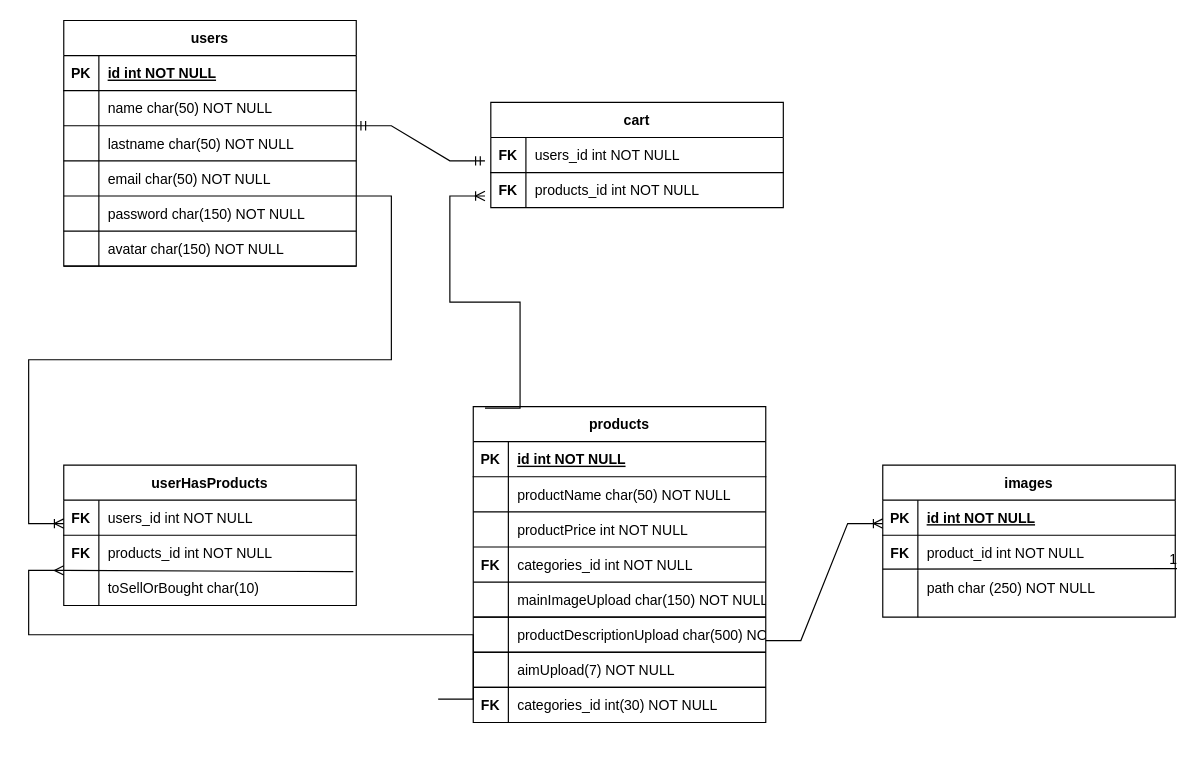
The draw.io diagram design/Untitled Diagram.drawio in sacifuentespa/grupo_8_ECommerce, before the edit. Source tidied: cells renumbered, new cells numbered last; positions are measured from the earlier drawing's top-left corner, leaving out a move shared by most shapes. Both pictures are drawn from the tidied source at 117%, with x=0, y=0 at pixel (63, 20).
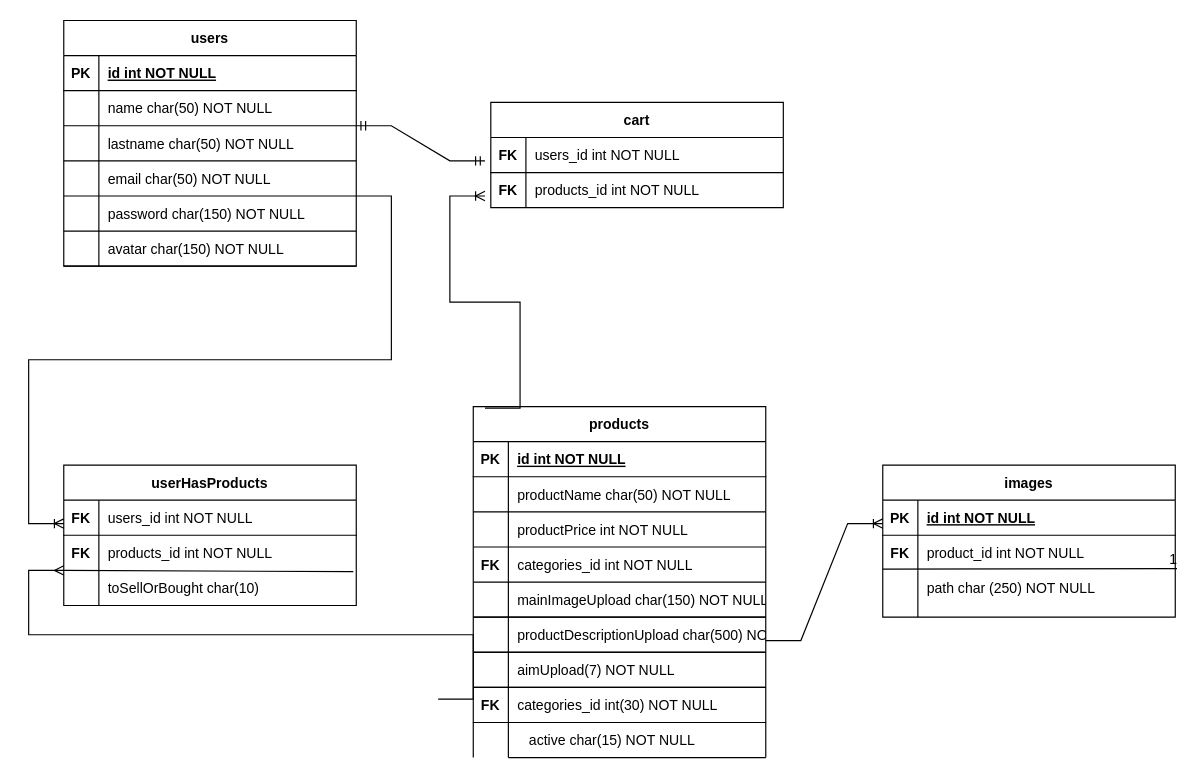
After the change.

Change to the diagram source:
```diff
@@
+    <mxCell id="86" style="endArrow=none;html=1;rounded=0;" parent="1" edge="1">
+      <mxGeometry relative="1" as="geometry">
+        <mxPoint x="380" y="630" as="sourcePoint" />
+        <mxPoint x="380" y="600" as="targetPoint" />
+      </mxGeometry>
+    </mxCell>
+    <mxCell id="87" style="endArrow=none;html=1;rounded=0;" parent="1" edge="1">
+      <mxGeometry relative="1" as="geometry">
+        <mxPoint x="380" y="630" as="sourcePoint" />
+        <mxPoint x="600" y="630" as="targetPoint" />
+      </mxGeometry>
+    </mxCell>
+    <mxCell id="88" value="active char(15) NOT NULL" style="shape=partialRectangle;overflow=hidden;fillColor=none;top=0;left=0;bottom=0;right=0;align=left;spacingLeft=6;" parent="1" vertex="1">
+      <mxGeometry x="390" y="600" width="210" height="30" as="geometry" />
+    </mxCell>
+    <mxCell id="89" style="endArrow=none;html=1;rounded=0;" parent="1" edge="1">
+      <mxGeometry relative="1" as="geometry">
+        <mxPoint x="350" y="600" as="sourcePoint" />
+        <mxPoint x="350" y="630" as="targetPoint" />
+      </mxGeometry>
+    </mxCell>
+    <mxCell id="90" style="endArrow=none;html=1;rounded=0;" parent="1" edge="1">
+      <mxGeometry relative="1" as="geometry">
+        <mxPoint x="600" y="630" as="sourcePoint" />
+        <mxPoint x="600" y="600" as="targetPoint" />
+      </mxGeometry>
+    </mxCell>
```
